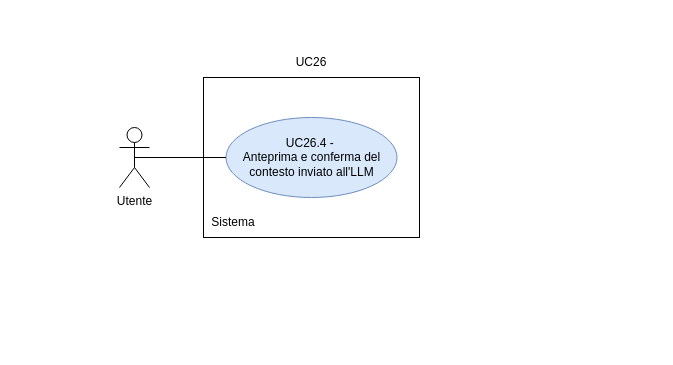
The draw.io diagram RTB/doc_esterna/analisi-dei-requisiti/assets/draw.io/UC26.4.drawio in thebitless-group-swe/thebitless.github.io, before the edit. Source tidied: cells renumbered, new cells numbered last; positions are measured from the earlier drawing's top-left corner, leaving out a move shared by most shapes. Both pictures are drawn from the tidied source at 100%, with x=0, y=0 at pixel (119, 47).
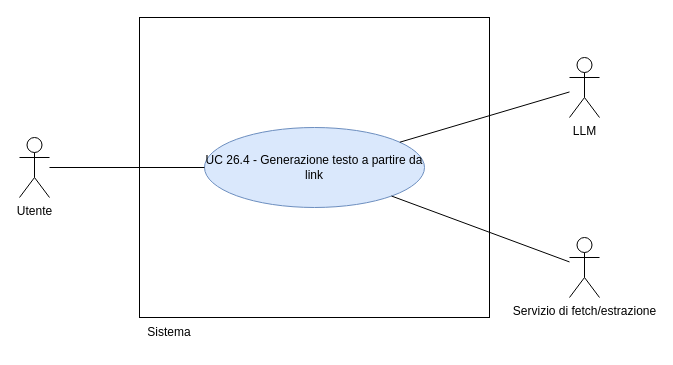
After the change.

Change to the diagram source:
```diff
@@
 <mxGraphModel>
   <root>
     <mxCell id="0" />
     <mxCell id="1" parent="0" />
-    <mxCell id="2" style="rounded=0;whiteSpace=wrap;html=1;" parent="1" vertex="1">
-      <mxGeometry x="84" y="30" width="216" height="160" as="geometry" />
-    </mxCell>
     <mxCell id="3" value="Utente" style="shape=umlActor;verticalLabelPosition=bottom;verticalAlign=top;html=1;outlineConnect=0;" parent="1" vertex="1">
-      <mxGeometry y="80" width="30" height="60" as="geometry" />
+      <mxGeometry x="-100" y="90" width="30" height="60" as="geometry" />
     </mxCell>
-    <mxCell id="4" value="UC26.4 -&amp;nbsp;&lt;div&gt;Anteprima e conferma del contesto inviato all'LLM&lt;/div&gt;" style="ellipse;whiteSpace=wrap;html=1;fillColor=#dae8fc;strokeColor=#6c8ebf;" parent="1" vertex="1">
-      <mxGeometry x="106.5" y="70" width="171" height="80" as="geometry" />
-    </mxCell>
-    <mxCell id="5" style="endArrow=none;html=1;rounded=0;exitX=0.5;exitY=0.5;exitDx=0;exitDy=0;exitPerimeter=0;entryX=0;entryY=0.5;entryDx=0;entryDy=0;" parent="1" edge="1" source="3" target="4">
-      <mxGeometry relative="1" as="geometry" />
-    </mxCell>
-    <mxCell id="6" value="UC26" style="text;html=1;whiteSpace=wrap;strokeColor=none;fillColor=none;align=center;verticalAlign=middle;rounded=0;" parent="1" vertex="1">
-      <mxGeometry x="162" width="60" height="30" as="geometry" />
-    </mxCell>
+    <mxCell id="8" value="LLM" style="shape=umlActor;verticalLabelPosition=bottom;verticalAlign=top;html=1;outlineConnect=0;" parent="1" vertex="1">
+      <mxGeometry x="450" y="10" width="30" height="60" as="geometry" />
+    </mxCell>
+    <mxCell id="9" value="Servizio di fetch/estrazione" style="shape=umlActor;verticalLabelPosition=bottom;verticalAlign=top;html=1;outlineConnect=0;" parent="1" vertex="1">
+      <mxGeometry x="450" y="190" width="30" height="60" as="geometry" />
+    </mxCell>
+    <mxCell id="10" style="whiteSpace=wrap;html=1;" parent="1" vertex="1">
+      <mxGeometry x="20" y="-30" width="350" height="300" as="geometry" />
+    </mxCell>
     <mxCell id="7" value="Sistema" style="text;html=1;whiteSpace=wrap;strokeColor=none;fillColor=none;align=center;verticalAlign=middle;rounded=0;" parent="1" vertex="1">
-      <mxGeometry x="84" y="160" width="60" height="30" as="geometry" />
+      <mxGeometry x="20" y="270" width="60" height="30" as="geometry" />
     </mxCell>
+    <mxCell id="11" value="UC 26.4 - Generazione testo a partire da link" style="ellipse;whiteSpace=wrap;html=1;fillColor=#dae8fc;strokeColor=#6c8ebf;" parent="1" vertex="1">
+      <mxGeometry x="85" y="80" width="220" height="80" as="geometry" />
+    </mxCell>
+    <mxCell id="12" style="edgeStyle=none;rounded=0;jettySize=auto;html=1;endArrow=none;endFill=0;" parent="1" edge="1" source="3" target="11">
+      <mxGeometry relative="1" as="geometry" />
+    </mxCell>
+    <mxCell id="13" style="edgeStyle=none;rounded=0;jettySize=auto;html=1;endArrow=none;endFill=0;" parent="1" edge="1" source="8" target="11">
+      <mxGeometry relative="1" as="geometry" />
+    </mxCell>
+    <mxCell id="14" style="edgeStyle=none;rounded=0;jettySize=auto;html=1;endArrow=none;endFill=0;" parent="1" edge="1" source="9" target="11">
+      <mxGeometry relative="1" as="geometry" />
+    </mxCell>
   </root>
 </mxGraphModel>
```
